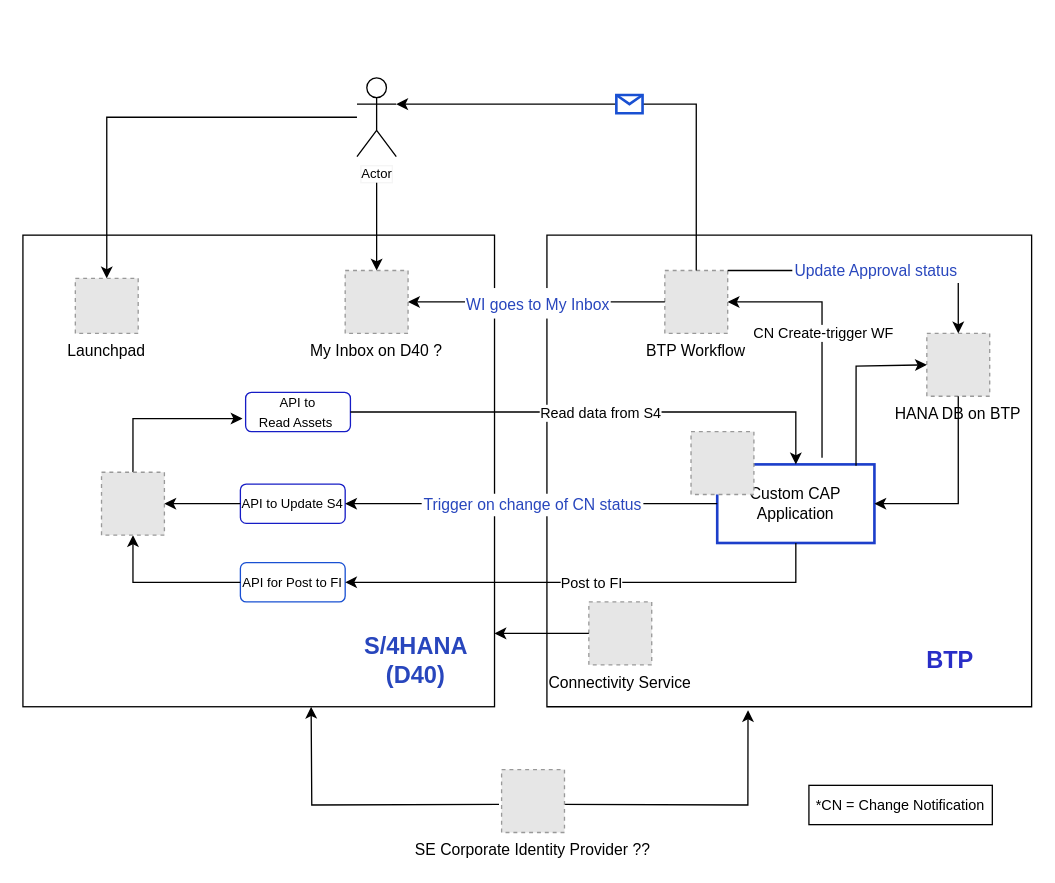
Above: BTP Architecture.drawio in sundeepsethi/sundeep (draw.io), before the change. Source tidied: cells renumbered, new cells numbered last; positions are measured from the earlier drawing's top-left corner, leaving out a move shared by most shapes. Both pictures are drawn from the tidied source at 131%, with x=0, y=0 at pixel (22, 77). Pictures stored in the file or linked from it are replaced by grey dashed boxes.
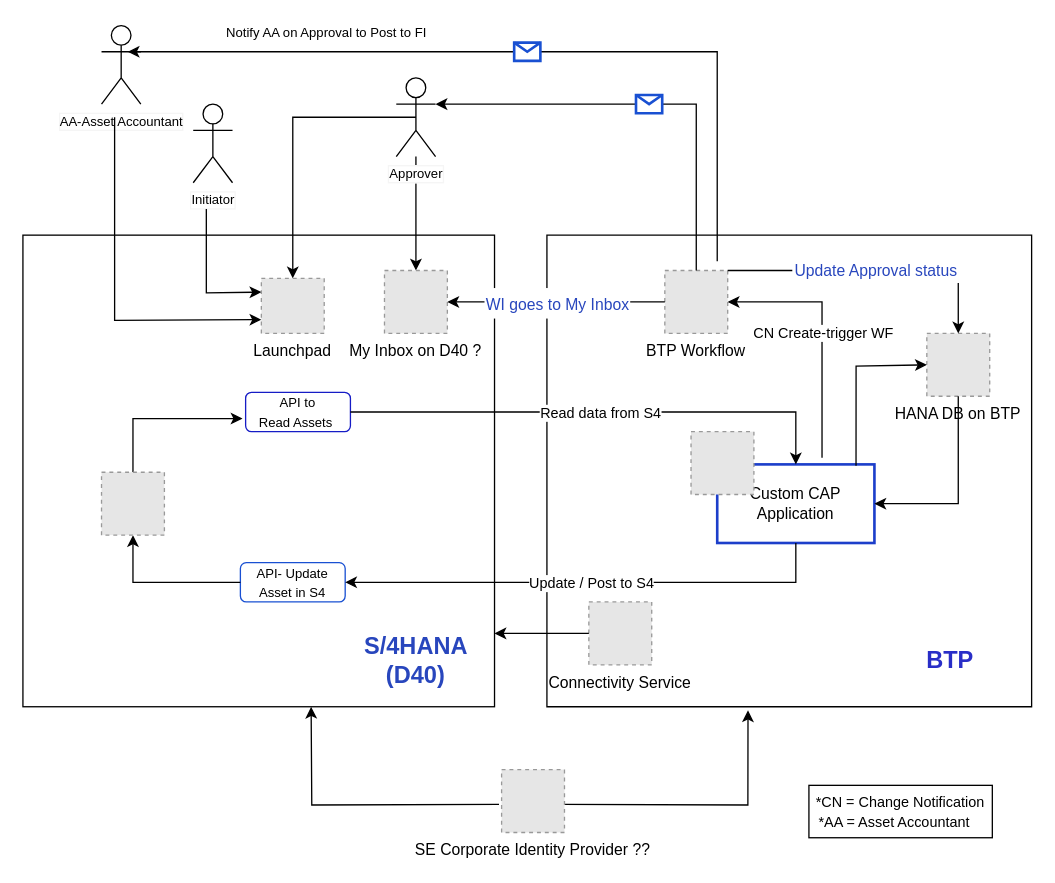
Above is the later version.

The change refers to these unchanged cells:
```xml
<mxCell id="12" value="Custom CAP Application" style="rounded=0;whiteSpace=wrap;html=1;strokeWidth=2;strokeColor=#1c3eca;" parent="1" vertex="1">
  <mxGeometry x="530" y="295" width="120" height="60" as="geometry" />
</mxCell>
<mxCell id="14" value="BTP Workflow" style="fillColor=#E6E6E6;strokeColor=#999999;dashed=1;verticalLabelPosition=bottom;verticalAlign=top;" parent="1" vertex="1">
  <mxGeometry x="490" y="147" width="48" height="48" as="geometry" />
</mxCell>
<mxCell id="15" value="Connectivity Service" style="fillColor=#E6E6E6;strokeColor=#999999;dashed=1;verticalLabelPosition=bottom;verticalAlign=top;" parent="1" vertex="1">
  <mxGeometry x="432" y="400" width="48" height="48" as="geometry" />
</mxCell>
```

Change to the diagram source:
```diff
@@
-    <mxCell id="2" style="rounded=0;whiteSpace=wrap;html=1;" parent="1" vertex="1">
-      <mxGeometry y="120" width="360" height="360" as="geometry" />
-    </mxCell>
-    <mxCell id="3" style="verticalLabelPosition=bottom;verticalAlign=top;html=1;shape=mxgraph.basic.rect;fillColor2=none;strokeWidth=1;size=20;indent=5;" parent="1" vertex="1">
-      <mxGeometry x="400" y="120" width="370" height="360" as="geometry" />
-    </mxCell>
+    <mxCell id="44" style="rounded=0;whiteSpace=wrap;html=1;" parent="1" vertex="1">
+      <mxGeometry y="120" width="360" height="360" as="geometry" />
+    </mxCell>
+    <mxCell id="45" style="verticalLabelPosition=bottom;verticalAlign=top;html=1;shape=mxgraph.basic.rect;fillColor2=none;strokeWidth=1;size=20;indent=5;" parent="1" vertex="1">
+      <mxGeometry x="400" y="120" width="370" height="360" as="geometry" />
+    </mxCell>
@@
-    <mxCell id="5" value="&lt;font style=&quot;font-size: 10px;&quot;&gt;API for Post to FI&lt;/font&gt;" style="rounded=1;whiteSpace=wrap;html=1;strokeColor=#1950d2;" parent="1" vertex="1">
-      <mxGeometry x="166" y="370" width="80" height="30" as="geometry" />
-    </mxCell>
-    <mxCell id="6" style="endArrow=classic;html=1;rounded=0;fontSize=10;exitX=0.5;exitY=0;exitDx=0;exitDy=0;" parent="1" edge="1" source="19">
-      <mxGeometry relative="1" as="geometry">
-        <mxPoint x="167.6" y="260" as="targetPoint" />
-        <Array as="points">
-          <mxPoint x="84" y="260" />
-        </Array>
-      </mxGeometry>
-    </mxCell>
-    <mxCell id="7" style="endArrow=classic;html=1;rounded=0;fontSize=10;exitX=0;exitY=0.5;exitDx=0;exitDy=0;entryX=0.5;entryY=1;entryDx=0;entryDy=0;" parent="1" edge="1" source="5" target="19">
-      <mxGeometry relative="1" as="geometry">
-        <Array as="points">
-          <mxPoint x="84" y="385" />
-        </Array>
-      </mxGeometry>
-    </mxCell>
+    <mxCell id="46" value="&lt;font style=&quot;font-size: 10px;&quot;&gt;API- Update Asset in S4&lt;/font&gt;" style="rounded=1;whiteSpace=wrap;html=1;strokeColor=#1950d2;" parent="1" vertex="1">
+      <mxGeometry x="166" y="370" width="80" height="30" as="geometry" />
+    </mxCell>
+    <mxCell id="47" style="endArrow=classic;html=1;rounded=0;fontSize=10;exitX=0.5;exitY=0;exitDx=0;exitDy=0;" parent="1" edge="1" source="54">
+      <mxGeometry relative="1" as="geometry">
+        <mxPoint x="167.6" y="260" as="targetPoint" />
+        <Array as="points">
+          <mxPoint x="84" y="260" />
+        </Array>
+      </mxGeometry>
+    </mxCell>
+    <mxCell id="48" style="endArrow=classic;html=1;rounded=0;fontSize=10;exitX=0;exitY=0.5;exitDx=0;exitDy=0;entryX=0.5;entryY=1;entryDx=0;entryDy=0;" parent="1" edge="1" source="46" target="54">
+      <mxGeometry relative="1" as="geometry">
+        <Array as="points">
+          <mxPoint x="84" y="385" />
+        </Array>
+      </mxGeometry>
+    </mxCell>
@@
-    <mxCell id="10" value="Actor" style="shape=umlActor;verticalLabelPosition=bottom;verticalAlign=top;html=1;outlineConnect=0;labelBackgroundColor=default;labelBorderColor=#F5F5F5;fontSize=10;fontColor=default;" parent="1" vertex="1">
-      <mxGeometry x="255" width="30" height="60" as="geometry" />
-    </mxCell>
+    <mxCell id="49" style="edgeStyle=orthogonalEdgeStyle;rounded=0;jettySize=auto;html=1;" parent="1" edge="1" source="50" target="21">
+      <mxGeometry relative="1" as="geometry" />
+    </mxCell>
+    <mxCell id="50" value="Approver" style="shape=umlActor;verticalLabelPosition=bottom;verticalAlign=top;html=1;outlineConnect=0;labelBackgroundColor=default;labelBorderColor=#F5F5F5;fontSize=10;fontColor=default;" parent="1" vertex="1">
+      <mxGeometry x="285" width="30" height="60" as="geometry" />
+    </mxCell>
     <mxCell id="11" value="Launchpad" style="fillColor=#E6E6E6;strokeColor=#999999;dashed=1;verticalLabelPosition=bottom;verticalAlign=top;" parent="1" vertex="1">
-      <mxGeometry x="40" y="153" width="48" height="42" as="geometry" />
+      <mxGeometry x="182" y="153" width="48" height="42" as="geometry" />
     </mxCell>
@@
-    <mxCell id="13" style="fillColor=#E6E6E6;strokeColor=#999999;dashed=1;verticalLabelPosition=bottom;verticalAlign=top;" parent="1" vertex="1">
-      <mxGeometry x="510" y="270" width="48" height="48" as="geometry" />
-    </mxCell>
+    <mxCell id="51" style="fillColor=#E6E6E6;strokeColor=#999999;dashed=1;verticalLabelPosition=bottom;verticalAlign=top;" parent="1" vertex="1">
+      <mxGeometry x="510" y="270" width="48" height="48" as="geometry" />
+    </mxCell>
@@
-    <mxCell id="16" style="endArrow=classic;html=1;rounded=0;exitX=0;exitY=0.5;exitDx=0;exitDy=0;entryX=0.535;entryY=1.007;entryDx=0;entryDy=0;entryPerimeter=0;" parent="1" edge="1">
-      <mxGeometry relative="1" as="geometry">
-        <mxPoint x="363.4" y="554.5" as="sourcePoint" />
-        <mxPoint x="220" y="480" as="targetPoint" />
-        <Array as="points">
-          <mxPoint x="220.5" y="555" />
-        </Array>
-      </mxGeometry>
-    </mxCell>
-    <mxCell id="17" style="endArrow=classic;html=1;rounded=0;exitX=1;exitY=0.5;exitDx=0;exitDy=0;entryX=0.483;entryY=1.016;entryDx=0;entryDy=0;entryPerimeter=0;" parent="1" edge="1">
-      <mxGeometry relative="1" as="geometry">
-        <mxPoint x="411.4" y="554.5" as="sourcePoint" />
-        <mxPoint x="553.5" y="482.6" as="targetPoint" />
-        <Array as="points">
-          <mxPoint x="553.4" y="555" />
-        </Array>
-      </mxGeometry>
-    </mxCell>
+    <mxCell id="52" style="endArrow=classic;html=1;rounded=0;exitX=0;exitY=0.5;exitDx=0;exitDy=0;entryX=0.535;entryY=1.007;entryDx=0;entryDy=0;entryPerimeter=0;" parent="1" edge="1">
+      <mxGeometry relative="1" as="geometry">
+        <mxPoint x="363.4" y="554.5" as="sourcePoint" />
+        <mxPoint x="220" y="480" as="targetPoint" />
+        <Array as="points">
+          <mxPoint x="220.5" y="555" />
+        </Array>
+      </mxGeometry>
+    </mxCell>
+    <mxCell id="53" style="endArrow=classic;html=1;rounded=0;exitX=1;exitY=0.5;exitDx=0;exitDy=0;entryX=0.483;entryY=1.016;entryDx=0;entryDy=0;entryPerimeter=0;" parent="1" edge="1">
+      <mxGeometry relative="1" as="geometry">
+        <mxPoint x="411.5" y="554.5" as="sourcePoint" />
+        <mxPoint x="553.5" y="482.7" as="targetPoint" />
+        <Array as="points">
+          <mxPoint x="553.4" y="555" />
+        </Array>
+      </mxGeometry>
+    </mxCell>
@@
-    <mxCell id="19" style="fillColor=#E6E6E6;strokeColor=#999999;dashed=1;verticalLabelPosition=bottom;verticalAlign=top;" parent="1" vertex="1">
-      <mxGeometry x="60" y="301" width="48" height="48" as="geometry" />
-    </mxCell>
+    <mxCell id="54" style="fillColor=#E6E6E6;strokeColor=#999999;dashed=1;verticalLabelPosition=bottom;verticalAlign=top;" parent="1" vertex="1">
+      <mxGeometry x="60" y="301" width="48" height="48" as="geometry" />
+    </mxCell>
@@
     <mxCell id="21" value="My Inbox on D40 ?" style="fillColor=#E6E6E6;strokeColor=#999999;dashed=1;verticalLabelPosition=bottom;verticalAlign=top;" parent="1" vertex="1">
-      <mxGeometry x="246" y="147" width="48" height="48" as="geometry" />
+      <mxGeometry x="276" y="147" width="48" height="48" as="geometry" />
     </mxCell>
-    <mxCell id="22" style="endArrow=classic;html=1;rounded=0;exitX=0;exitY=0.5;exitDx=0;exitDy=0;" parent="1" edge="1" source="15">
-      <mxGeometry relative="1" as="geometry">
-        <mxPoint x="360" y="424" as="targetPoint" />
-      </mxGeometry>
-    </mxCell>
+    <mxCell id="55" style="endArrow=classic;html=1;rounded=0;exitX=0;exitY=0.5;exitDx=0;exitDy=0;" parent="1" edge="1" source="15">
+      <mxGeometry relative="1" as="geometry">
+        <mxPoint x="360" y="424" as="targetPoint" />
+      </mxGeometry>
+    </mxCell>
@@
-    <mxCell id="25" style="endArrow=classic;html=1;rounded=0;entryX=1;entryY=0.5;entryDx=0;entryDy=0;exitX=0.5;exitY=1;exitDx=0;exitDy=0;" parent="1" edge="1" source="12" target="5">
-      <mxGeometry relative="1" as="geometry">
-        <Array as="points">
-          <mxPoint x="590" y="385" />
-        </Array>
-      </mxGeometry>
-    </mxCell>
-    <mxCell id="26" value="Post to FI" style="edgeLabel;html=1;align=center;verticalAlign=middle;strokeColor=#1950d2;strokeWidth=2;" parent="25" vertex="1">
-      <mxGeometry relative="1" as="geometry" />
-    </mxCell>
+    <mxCell id="56" style="endArrow=classic;html=1;rounded=0;entryX=1;entryY=0.5;entryDx=0;entryDy=0;exitX=0.5;exitY=1;exitDx=0;exitDy=0;" parent="1" edge="1" source="12" target="46">
+      <mxGeometry relative="1" as="geometry">
+        <Array as="points">
+          <mxPoint x="590" y="385" />
+        </Array>
+      </mxGeometry>
+    </mxCell>
+    <mxCell id="57" value="Update / Post to S4" style="edgeLabel;html=1;align=center;verticalAlign=middle;strokeColor=#1950d2;strokeWidth=2;" parent="56" vertex="1">
+      <mxGeometry relative="1" as="geometry" />
+    </mxCell>
@@
-    <mxCell id="29" style="endArrow=classic;html=1;rounded=0;entryX=1;entryY=0.5;entryDx=0;entryDy=0;" parent="1" edge="1" target="14">
-      <mxGeometry relative="1" as="geometry">
-        <mxPoint x="610" y="290" as="sourcePoint" />
-        <Array as="points">
-          <mxPoint x="610" y="171" />
-        </Array>
-      </mxGeometry>
-    </mxCell>
+    <mxCell id="58" style="endArrow=classic;html=1;rounded=0;entryX=1;entryY=0.5;entryDx=0;entryDy=0;" parent="1" edge="1" target="14">
+      <mxGeometry relative="1" as="geometry">
+        <mxPoint x="610" y="290" as="sourcePoint" />
+        <Array as="points">
+          <mxPoint x="610" y="171" />
+        </Array>
+      </mxGeometry>
+    </mxCell>
-    <mxCell id="30" value="CN Create-trigger WF" style="edgeLabel;html=1;align=center;verticalAlign=middle;strokeColor=#1950d2;strokeWidth=2;" parent="29" vertex="1">
+    <mxCell id="30" value="CN Create-trigger WF" style="edgeLabel;html=1;align=center;verticalAlign=middle;strokeColor=#1950d2;strokeWidth=2;" parent="58" vertex="1">
       <mxGeometry relative="1" as="geometry" />
     </mxCell>
-    <mxCell id="31" style="endArrow=classic;html=1;rounded=0;fontSize=18;fontColor=#2846bd;entryX=1;entryY=0.3333333333333333;entryDx=0;entryDy=0;entryPerimeter=0;exitX=0.5;exitY=0;exitDx=0;exitDy=0;" parent="1" edge="1" source="14" target="10">
-      <mxGeometry relative="1" as="geometry">
-        <Array as="points">
-          <mxPoint x="514" y="20" />
-        </Array>
-      </mxGeometry>
-    </mxCell>
-    <mxCell id="32" style="shape=message;html=1;labelBorderColor=#FFFFFF;strokeColor=#1950d2;strokeWidth=2;fontSize=18;fontColor=#2846bd;" parent="31" vertex="1">
-      <mxGeometry width="20" height="14" relative="1" as="geometry">
-        <mxPoint x="-10" y="-7" as="offset" />
-      </mxGeometry>
-    </mxCell>
+    <mxCell id="59" style="endArrow=classic;html=1;rounded=0;fontSize=18;fontColor=#2846bd;entryX=1;entryY=0.3333333333333333;entryDx=0;entryDy=0;entryPerimeter=0;exitX=0.5;exitY=0;exitDx=0;exitDy=0;" parent="1" edge="1" source="14" target="50">
+      <mxGeometry relative="1" as="geometry">
+        <Array as="points">
+          <mxPoint x="514" y="20" />
+        </Array>
+      </mxGeometry>
+    </mxCell>
+    <mxCell id="60" style="shape=message;html=1;labelBorderColor=#FFFFFF;strokeColor=#1950d2;strokeWidth=2;fontSize=18;fontColor=#2846bd;" parent="59" vertex="1">
+      <mxGeometry width="20" height="14" relative="1" as="geometry">
+        <mxPoint x="-10" y="-7" as="offset" />
+      </mxGeometry>
+    </mxCell>
@@
-    <mxCell id="35" style="endArrow=classic;html=1;rounded=0;fontSize=12;fontColor=#2846bd;" parent="1" edge="1" target="21">
-      <mxGeometry relative="1" as="geometry">
-        <mxPoint x="270" y="80" as="sourcePoint" />
-      </mxGeometry>
-    </mxCell>
-    <mxCell id="36" value="&lt;span style=&quot;font-size: 10px;&quot;&gt;API to Update S4&lt;/span&gt;" style="rounded=1;whiteSpace=wrap;html=1;strokeColor=#161cc5;" parent="1" vertex="1">
-      <mxGeometry x="166" y="310" width="80" height="30" as="geometry" />
-    </mxCell>
-    <mxCell id="37" style="endArrow=classic;html=1;rounded=0;fontSize=12;fontColor=#2846bd;exitX=0;exitY=0.5;exitDx=0;exitDy=0;entryX=1;entryY=0.5;entryDx=0;entryDy=0;" parent="1" edge="1" source="12" target="36">
-      <mxGeometry relative="1" as="geometry" />
-    </mxCell>
-    <mxCell id="38" value="Trigger on change of CN status" style="edgeLabel;html=1;align=center;verticalAlign=middle;labelBorderColor=#FFFFFF;strokeColor=#1950d2;strokeWidth=2;fontSize=12;fontColor=#2846bd;" parent="37" vertex="1">
-      <mxGeometry relative="1" as="geometry" />
-    </mxCell>
-    <mxCell id="39" style="endArrow=classic;html=1;rounded=0;fontSize=12;fontColor=#2846bd;exitX=0;exitY=0.5;exitDx=0;exitDy=0;entryX=1;entryY=0.5;entryDx=0;entryDy=0;" parent="1" edge="1" source="36" target="19">
-      <mxGeometry relative="1" as="geometry">
-        <Array as="points">
-          <mxPoint x="160" y="325" />
-        </Array>
-      </mxGeometry>
-    </mxCell>
@@
-    <mxCell id="42" style="endArrow=classic;html=1;rounded=0;fontSize=12;entryX=0.5;entryY=0;entryDx=0;entryDy=0;" parent="1" edge="1" source="10" target="11">
-      <mxGeometry relative="1" as="geometry">
-        <Array as="points">
-          <mxPoint x="64" y="30" />
-        </Array>
-      </mxGeometry>
-    </mxCell>
-    <mxCell id="43" value="&lt;font style=&quot;font-size: 11px;&quot;&gt;*CN = Change Notification&lt;/font&gt;" style="rounded=0;whiteSpace=wrap;html=1;fontSize=12;" parent="1" vertex="1">
-      <mxGeometry x="600" y="540" width="140" height="30" as="geometry" />
-    </mxCell>
+    <mxCell id="61" style="endArrow=classic;html=1;rounded=0;fontSize=12;entryX=0.5;entryY=0;entryDx=0;entryDy=0;exitX=0.5;exitY=0.5;exitDx=0;exitDy=0;exitPerimeter=0;" parent="1" edge="1" source="50" target="11">
+      <mxGeometry relative="1" as="geometry">
+        <Array as="points">
+          <mxPoint x="206" y="30" />
+        </Array>
+      </mxGeometry>
+    </mxCell>
+    <mxCell id="62" value="&lt;font style=&quot;font-size: 11px;&quot;&gt;*CN = Change Notification&lt;br&gt;*AA = Asset Accountant&amp;nbsp; &amp;nbsp;&lt;br&gt;&lt;/font&gt;" style="rounded=0;whiteSpace=wrap;html=1;fontSize=12;" parent="1" vertex="1">
+      <mxGeometry x="600" y="540" width="140" height="40" as="geometry" />
+    </mxCell>
+    <mxCell id="63" value="AA-Asset Accountant" style="shape=umlActor;verticalLabelPosition=bottom;verticalAlign=top;html=1;outlineConnect=0;labelBackgroundColor=default;labelBorderColor=#F5F5F5;fontSize=10;fontColor=default;" parent="1" vertex="1">
+      <mxGeometry x="60" y="-40" width="30" height="60" as="geometry" />
+    </mxCell>
+    <mxCell id="64" style="endArrow=classic;html=1;rounded=0;entryX=0;entryY=0.75;entryDx=0;entryDy=0;exitX=0.333;exitY=1.167;exitDx=0;exitDy=0;exitPerimeter=0;" parent="1" edge="1" source="63" target="11">
+      <mxGeometry relative="1" as="geometry">
+        <Array as="points">
+          <mxPoint x="70" y="185" />
+        </Array>
+      </mxGeometry>
+    </mxCell>
+    <mxCell id="65" value="Initiator" style="shape=umlActor;verticalLabelPosition=bottom;verticalAlign=top;html=1;labelBackgroundColor=default;labelBorderColor=#F5F5F5;fontSize=10;fontColor=default;" parent="1" vertex="1">
+      <mxGeometry x="130" y="20" width="30" height="60" as="geometry" />
+    </mxCell>
+    <mxCell id="66" style="endArrow=classic;html=1;rounded=0;entryX=0;entryY=0.25;entryDx=0;entryDy=0;" parent="1" edge="1" target="11">
+      <mxGeometry relative="1" as="geometry">
+        <mxPoint x="140" y="100" as="sourcePoint" />
+        <Array as="points">
+          <mxPoint x="140" y="164" />
+        </Array>
+      </mxGeometry>
+    </mxCell>
+    <mxCell id="67" style="endArrow=classic;html=1;rounded=0;fontSize=18;fontColor=#2846bd;" parent="1" edge="1">
+      <mxGeometry relative="1" as="geometry">
+        <mxPoint x="530" y="140" as="sourcePoint" />
+        <mxPoint x="80" y="-20" as="targetPoint" />
+        <Array as="points">
+          <mxPoint x="530" y="-20" />
+        </Array>
+      </mxGeometry>
+    </mxCell>
+    <mxCell id="68" style="shape=message;html=1;labelBorderColor=#FFFFFF;strokeColor=#1950d2;strokeWidth=2;fontSize=18;fontColor=#2846bd;" parent="67" vertex="1">
+      <mxGeometry width="20" height="14" relative="1" as="geometry">
+        <mxPoint x="-10" y="-7" as="offset" />
+      </mxGeometry>
+    </mxCell>
+    <mxCell id="69" value="&lt;font style=&quot;font-size: 10px;&quot;&gt;Notify AA on Approval to Post to FI&lt;/font&gt;" style="rounded=0;whiteSpace=wrap;html=1;fontSize=12;strokeColor=none;fillColor=default;" parent="1" vertex="1">
+      <mxGeometry x="140" y="-40" width="184" height="10" as="geometry" />
+    </mxCell>
```
